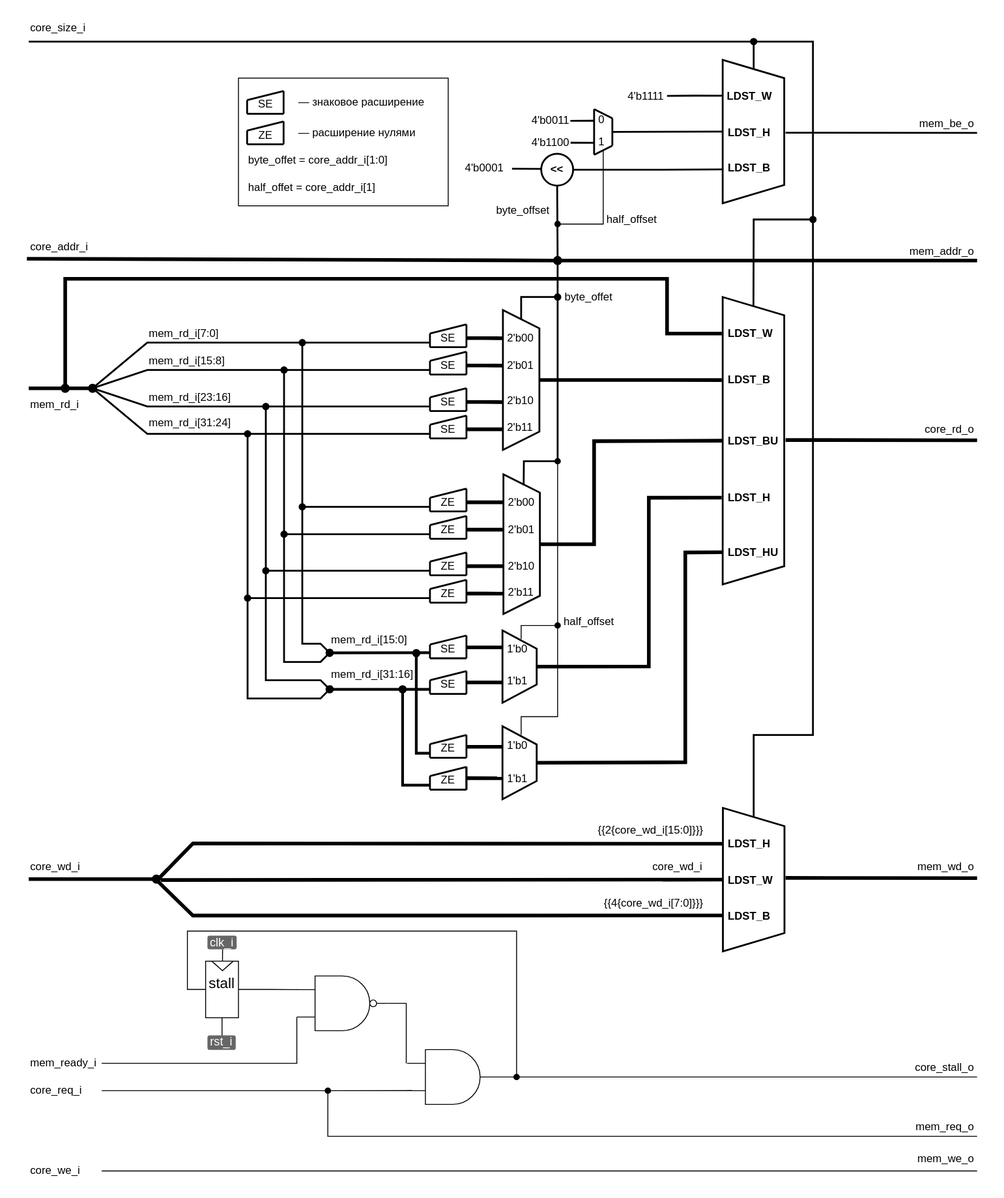
Before: .pic/Labs/lab_08_lsu/fig_06.drawio.svg, a diagram exported from draw.io (MPSU/APS). Source tidied: cells renumbered, new cells last; positions are measured from the earlier drawing's top-left corner, leaving out a move shared by most shapes.
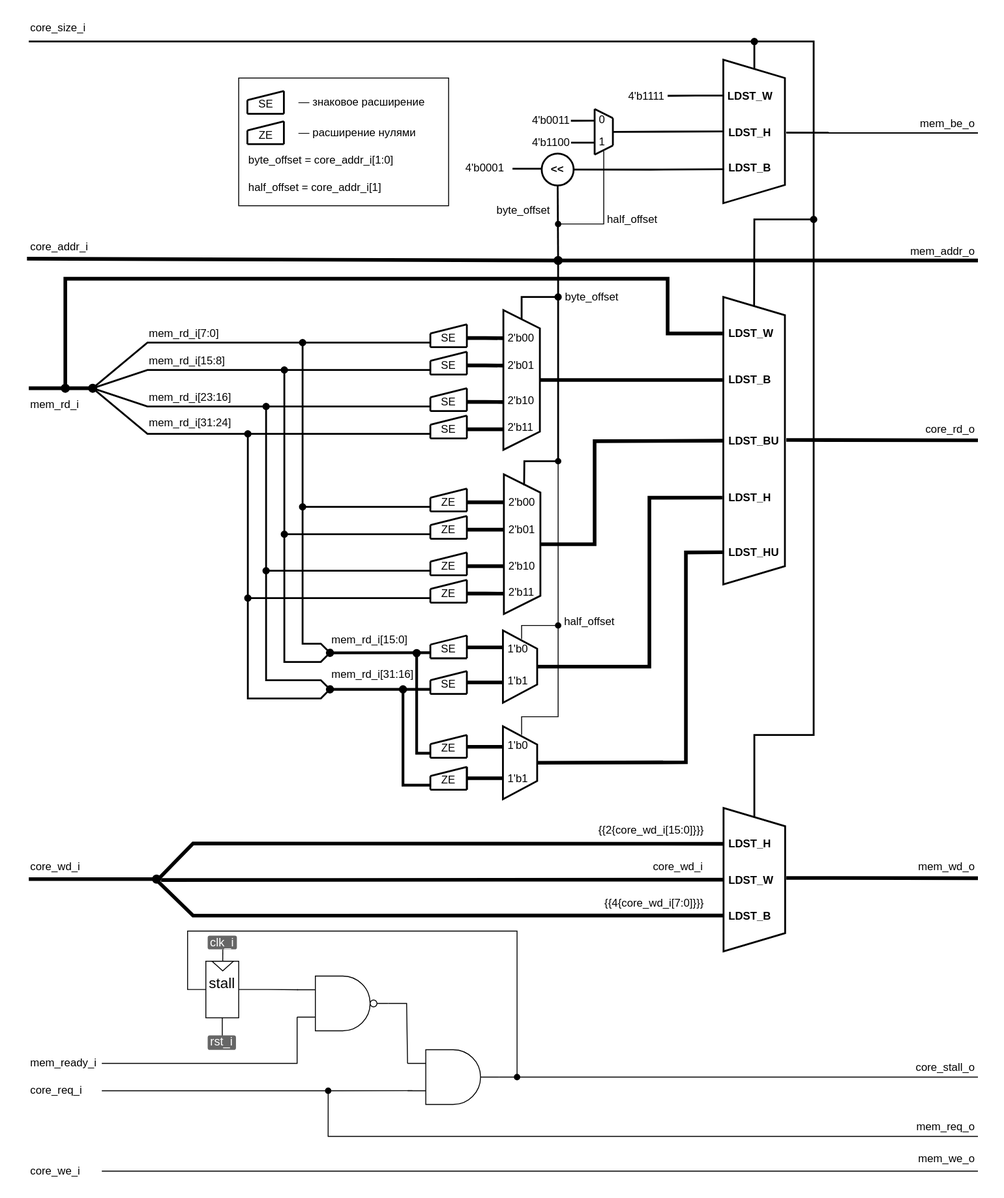
Above is the later version.

The edit, as a diff of the source:
```diff
@@ -891,7 +891,7 @@
         </Array>
       </mxGeometry>
     </mxCell>
-    <mxCell id="179" value="byte_offet" style="text;html=1;strokeColor=none;fillColor=none;align=left;verticalAlign=middle;whiteSpace=wrap;rounded=0;fontSize=12;comic=0;" parent="1" vertex="1">
+    <mxCell id="179" value="byte_offset" style="text;html=1;strokeColor=none;fillColor=none;align=left;verticalAlign=middle;whiteSpace=wrap;rounded=0;fontSize=12;comic=0;" parent="1" vertex="1">
       <mxGeometry x="587.8" y="295" width="90" height="20" as="geometry" />
     </mxCell>
     <mxCell id="180" value="0" style="text;html=1;strokeColor=none;fillColor=none;align=left;verticalAlign=middle;whiteSpace=wrap;rounded=0;fontSize=12;comic=0;" parent="1" vertex="1">
@@ -1065,10 +1065,10 @@
     <mxCell id="217" value="mem_be_o" style="text;html=1;strokeColor=none;fillColor=none;align=right;verticalAlign=middle;whiteSpace=wrap;rounded=0;fontSize=12;comic=0;" parent="1" vertex="1">
       <mxGeometry x="976" y="104.9" width="65" height="20" as="geometry" />
     </mxCell>
-    <mxCell id="218" value="byte_offet = core_addr_i[1:0]" style="text;html=1;strokeColor=none;fillColor=none;align=left;verticalAlign=middle;whiteSpace=wrap;rounded=0;fontSize=12;comic=0;" parent="1" vertex="1">
-      <mxGeometry x="241" y="144.9" width="155" height="20" as="geometry" />
+    <mxCell id="218" value="byte_offset = core_addr_i[1:0]" style="text;html=1;strokeColor=none;fillColor=none;align=left;verticalAlign=middle;whiteSpace=wrap;rounded=0;fontSize=12;comic=0;" parent="1" vertex="1">
+      <mxGeometry x="241" y="144.9" width="166" height="20" as="geometry" />
     </mxCell>
-    <mxCell id="219" value="half_offet = core_addr_i[1]" style="text;html=1;strokeColor=none;fillColor=none;align=left;verticalAlign=middle;whiteSpace=wrap;rounded=0;fontSize=12;comic=0;" parent="1" vertex="1">
+    <mxCell id="219" value="half_offset = core_addr_i[1]" style="text;html=1;strokeColor=none;fillColor=none;align=left;verticalAlign=middle;whiteSpace=wrap;rounded=0;fontSize=12;comic=0;" parent="1" vertex="1">
       <mxGeometry x="241" y="174.9" width="155" height="20" as="geometry" />
     </mxCell>
     <mxCell id="220" style="group;" parent="1" vertex="1">
```
